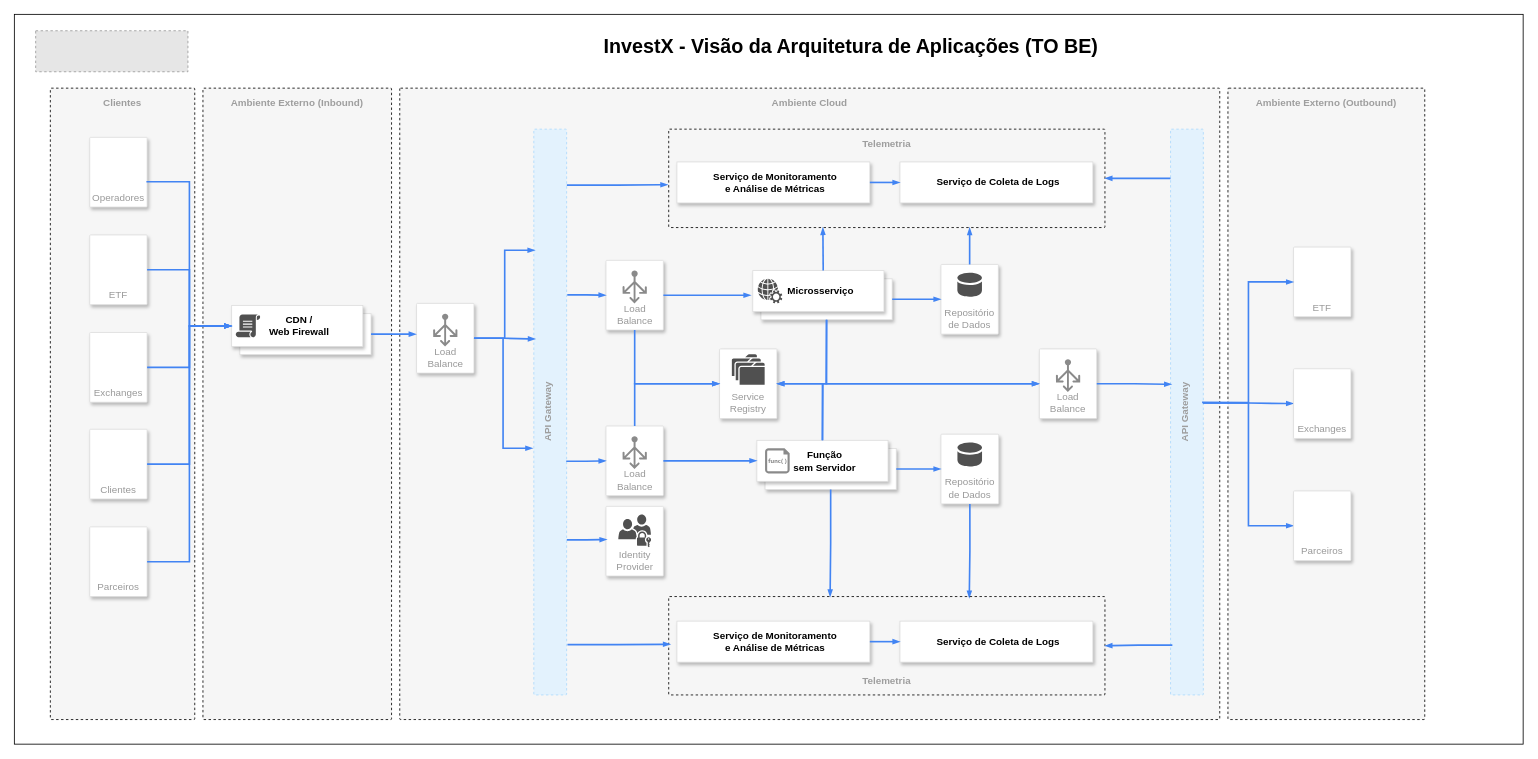
Before: page "InvestX - Visão da Arquitetura de Aplicações (TO BE)" (1 of 2) of investx-fiaptec/fiaptec-investx-arquitetura-aplicacao.drawio in eduardo-ramos/3ASOR, a draw.io diagram. Source tidied: cells renumbered, new cells numbered last; positions are measured from the earlier drawing's top-left corner, leaving out a move shared by most shapes. Both pictures are drawn from the tidied source at 82%, with x=0, y=0 at pixel (14, 14). Pictures stored in the file or linked from it are replaced by grey dashed boxes.
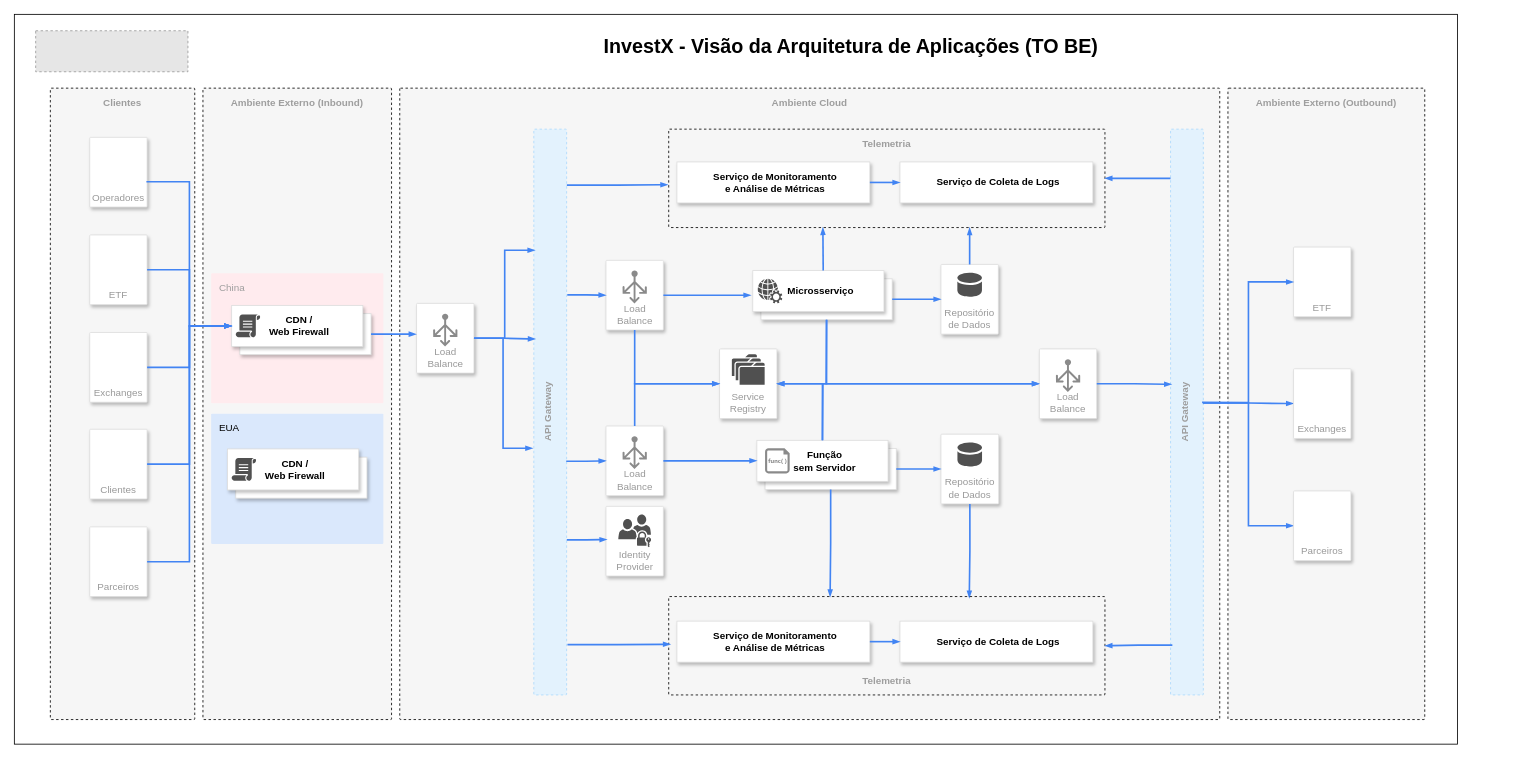
The same page after the edit.

Diff of the diagram source:
```diff
@@
     <mxCell id="2" style="rounded=0;whiteSpace=wrap;html=1;" parent="1" vertex="1">
-      <mxGeometry width="1840" height="890" as="geometry" />
+      <mxGeometry width="1760" height="890" as="geometry" />
     </mxCell>
+    <mxCell id="4" value="Ambiente Externo (Inbound)" style="sketch=0;rounded=1;absoluteArcSize=1;arcSize=2;html=1;strokeColor=default;gradientColor=none;shadow=0;dashed=1;fontSize=12;fontColor=#9E9E9E;align=center;verticalAlign=top;spacing=10;spacingTop=-4;whiteSpace=wrap;fillColor=#F6F6F6;fontStyle=1;" parent="1" vertex="1">
+      <mxGeometry x="230" y="90" width="230" height="770" as="geometry" />
+    </mxCell>
+    <mxCell id="101" value="EUA" style="sketch=0;rounded=1;absoluteArcSize=1;arcSize=2;html=1;strokeColor=none;shadow=0;dashed=0;fontSize=12;align=left;verticalAlign=top;spacing=10;spacingTop=-4;whiteSpace=wrap;fillColor=#dae8fc;" parent="1" vertex="1">
+      <mxGeometry x="240" y="487" width="210" height="158.8" as="geometry" />
+    </mxCell>
+    <mxCell id="102" value="China" style="sketch=0;rounded=1;absoluteArcSize=1;arcSize=2;html=1;strokeColor=none;gradientColor=none;shadow=0;dashed=0;fontSize=12;fontColor=#9E9E9E;align=left;verticalAlign=top;spacing=10;spacingTop=-4;whiteSpace=wrap;fillColor=#FFEBEE;" parent="1" vertex="1">
+      <mxGeometry x="240" y="315.6" width="210" height="158.8" as="geometry" />
+    </mxCell>
@@
-    <mxCell id="4" value="Ambiente Externo (Inbound)" style="sketch=0;rounded=1;absoluteArcSize=1;arcSize=2;html=1;strokeColor=default;gradientColor=none;shadow=0;dashed=1;fontSize=12;fontColor=#9E9E9E;align=center;verticalAlign=top;spacing=10;spacingTop=-4;whiteSpace=wrap;fillColor=#F6F6F6;fontStyle=1;" parent="1" vertex="1">
-      <mxGeometry x="230" y="90" width="230" height="770" as="geometry" />
-    </mxCell>
@@
+    <mxCell id="103" style="group;" parent="1" vertex="1">
+      <mxGeometry x="260" y="530" width="170" height="60" as="geometry" />
+    </mxCell>
+    <mxCell id="104" style="dashed=0;strokeColor=#dddddd;shadow=1;strokeWidth=1;labelPosition=center;verticalLabelPosition=middle;align=center;verticalAlign=middle;spacingLeft=5;fontSize=12;whiteSpace=wrap;fontStyle=1;" parent="103" vertex="1">
+      <mxGeometry x="10" y="10" width="160" height="50" as="geometry" />
+    </mxCell>
+    <mxCell id="105" value="CDN /&#10;Web Firewall" style="dashed=0;strokeColor=#dddddd;shadow=1;strokeWidth=1;labelPosition=center;verticalLabelPosition=middle;align=center;verticalAlign=middle;spacingLeft=5;fontSize=12;whiteSpace=wrap;fontStyle=1;" parent="103" vertex="1">
+      <mxGeometry width="160" height="50" as="geometry" />
+    </mxCell>
+    <mxCell id="106" style="sketch=0;shadow=0;dashed=0;html=1;strokeColor=none;fillColor=#505050;labelPosition=center;verticalLabelPosition=bottom;verticalAlign=top;align=center;shape=mxgraph.office.concepts.script;" parent="103" vertex="1">
+      <mxGeometry x="5" y="11.1" width="30" height="27.7" as="geometry" />
+    </mxCell>
```
